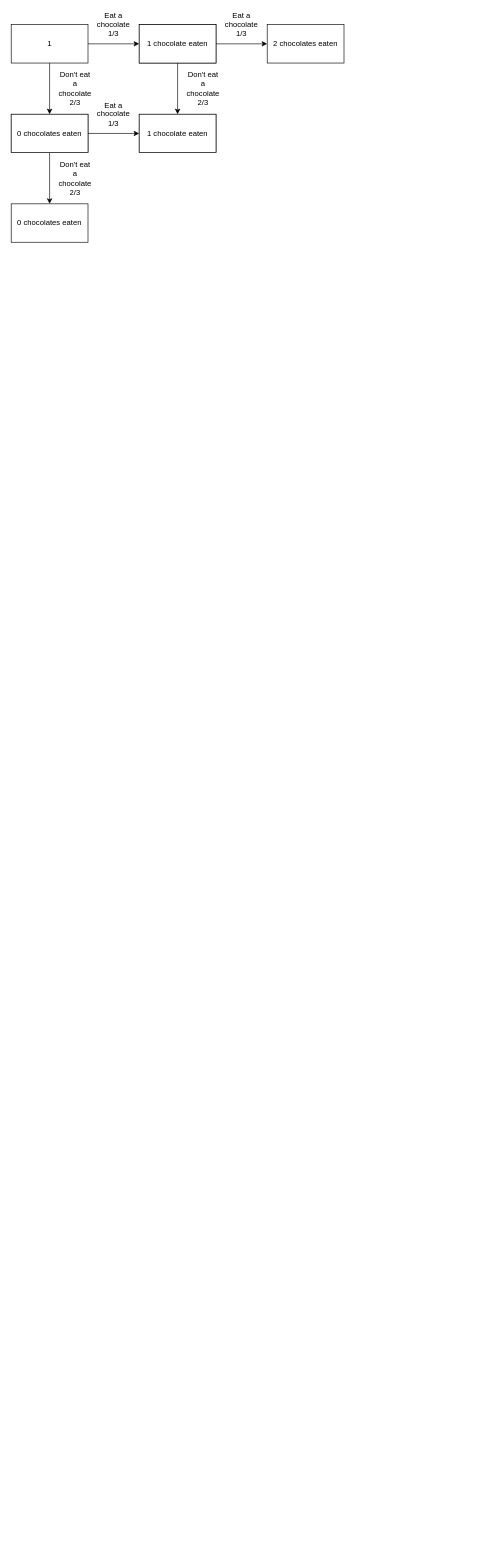
Before: trees/Tree diagrams.drawio in Minion3665/MathsyStuff, a draw.io diagram. Source tidied: cells renumbered, new cells numbered last; positions are measured from the earlier drawing's top-left corner, leaving out a move shared by most shapes. Both pictures are drawn from the tidied source at 64%, with x=0, y=0 at pixel (11, 18).
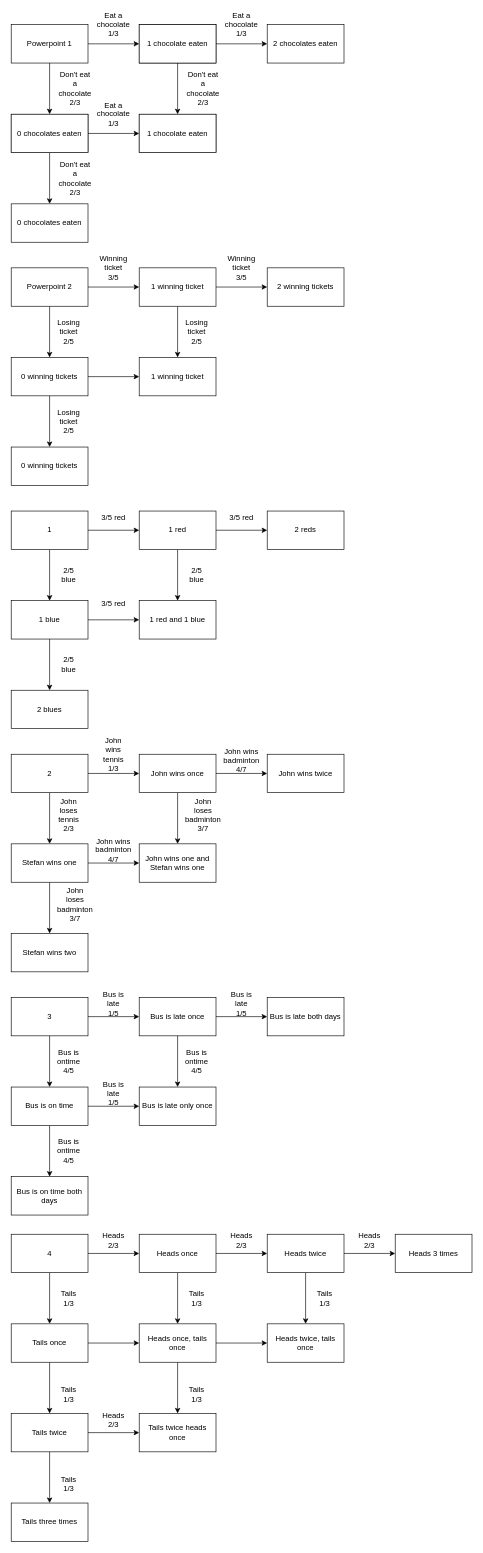
After the change.

What changed in the source:
```diff
@@
-    <mxCell id="4" value="1" style="rounded=0;whiteSpace=wrap;html=1;" parent="1" vertex="1">
+    <mxCell id="4" value="Powerpoint 1" style="rounded=0;whiteSpace=wrap;html=1;" parent="1" vertex="1">
       <mxGeometry y="10" width="120" height="60" as="geometry" />
     </mxCell>
@@
+    <mxCell id="23" style="edgeStyle=orthogonalEdgeStyle;rounded=0;jettySize=auto;html=1;" parent="1" edge="1" source="25" target="32">
+      <mxGeometry relative="1" as="geometry" />
+    </mxCell>
+    <mxCell id="24" style="edgeStyle=orthogonalEdgeStyle;rounded=0;jettySize=auto;html=1;" parent="1" edge="1" source="25" target="28">
+      <mxGeometry relative="1" as="geometry" />
+    </mxCell>
+    <mxCell id="25" value="Powerpoint 2" style="rounded=0;whiteSpace=wrap;html=1;" parent="1" vertex="1">
+      <mxGeometry y="390" width="120" height="60" as="geometry" />
+    </mxCell>
+    <mxCell id="26" style="edgeStyle=orthogonalEdgeStyle;rounded=0;jettySize=auto;html=1;" parent="1" edge="1" source="28" target="34">
+      <mxGeometry relative="1" as="geometry" />
+    </mxCell>
+    <mxCell id="27" style="edgeStyle=orthogonalEdgeStyle;rounded=0;jettySize=auto;html=1;" parent="1" edge="1" source="28" target="29">
+      <mxGeometry relative="1" as="geometry" />
+    </mxCell>
+    <mxCell id="28" value="0 winning tickets" style="rounded=0;whiteSpace=wrap;html=1;" parent="1" vertex="1">
+      <mxGeometry y="530" width="120" height="60" as="geometry" />
+    </mxCell>
+    <mxCell id="29" value="0 winning tickets" style="rounded=0;whiteSpace=wrap;html=1;" parent="1" vertex="1">
+      <mxGeometry y="670" width="120" height="60" as="geometry" />
+    </mxCell>
+    <mxCell id="30" style="edgeStyle=orthogonalEdgeStyle;rounded=0;jettySize=auto;html=1;" parent="1" edge="1" source="32" target="34">
+      <mxGeometry relative="1" as="geometry" />
+    </mxCell>
+    <mxCell id="31" style="edgeStyle=orthogonalEdgeStyle;rounded=0;jettySize=auto;html=1;" parent="1" edge="1" source="32" target="33">
+      <mxGeometry relative="1" as="geometry" />
+    </mxCell>
+    <mxCell id="32" value="1 winning ticket" style="rounded=0;whiteSpace=wrap;html=1;" parent="1" vertex="1">
+      <mxGeometry x="200" y="390" width="120" height="60" as="geometry" />
+    </mxCell>
+    <mxCell id="33" value="2 winning tickets" style="rounded=0;whiteSpace=wrap;html=1;" parent="1" vertex="1">
+      <mxGeometry x="400" y="390" width="120" height="60" as="geometry" />
+    </mxCell>
+    <mxCell id="34" value="1 winning ticket" style="rounded=0;whiteSpace=wrap;html=1;" parent="1" vertex="1">
+      <mxGeometry x="200" y="530" width="120" height="60" as="geometry" />
+    </mxCell>
+    <mxCell id="35" value="&lt;div&gt;Winning ticket&lt;/div&gt;&lt;div&gt;3/5&lt;br&gt;&lt;/div&gt;" style="text;html=1;strokeColor=none;fillColor=none;align=center;verticalAlign=middle;whiteSpace=wrap;rounded=0;" parent="1" vertex="1">
+      <mxGeometry x="140" y="380" width="40" height="20" as="geometry" />
+    </mxCell>
+    <mxCell id="36" value="&lt;div&gt;Losing ticket&lt;/div&gt;&lt;div&gt;2/5&lt;br&gt;&lt;/div&gt;" style="text;html=1;strokeColor=none;fillColor=none;align=center;verticalAlign=middle;whiteSpace=wrap;rounded=0;" parent="1" vertex="1">
+      <mxGeometry x="70" y="440" width="40" height="100" as="geometry" />
+    </mxCell>
+    <mxCell id="37" value="&lt;div&gt;Losing ticket&lt;/div&gt;&lt;div&gt;2/5&lt;br&gt;&lt;/div&gt;" style="text;html=1;strokeColor=none;fillColor=none;align=center;verticalAlign=middle;whiteSpace=wrap;rounded=0;" parent="1" vertex="1">
+      <mxGeometry x="270" y="440" width="40" height="100" as="geometry" />
+    </mxCell>
+    <mxCell id="38" value="&lt;div&gt;Winning ticket&lt;/div&gt;&lt;div&gt;3/5&lt;br&gt;&lt;/div&gt;" style="text;html=1;strokeColor=none;fillColor=none;align=center;verticalAlign=middle;whiteSpace=wrap;rounded=0;" parent="1" vertex="1">
+      <mxGeometry x="340" y="380" width="40" height="20" as="geometry" />
+    </mxCell>
+    <mxCell id="39" value="&lt;div&gt;Losing ticket&lt;/div&gt;&lt;div&gt;2/5&lt;br&gt;&lt;/div&gt;" style="text;html=1;strokeColor=none;fillColor=none;align=center;verticalAlign=middle;whiteSpace=wrap;rounded=0;" parent="1" vertex="1">
+      <mxGeometry x="70" y="580" width="40" height="100" as="geometry" />
+    </mxCell>
+    <mxCell id="40" style="edgeStyle=orthogonalEdgeStyle;rounded=0;jettySize=auto;html=1;" parent="1" edge="1" source="42" target="49">
+      <mxGeometry relative="1" as="geometry" />
+    </mxCell>
+    <mxCell id="41" style="edgeStyle=orthogonalEdgeStyle;rounded=0;jettySize=auto;html=1;" parent="1" edge="1" source="42" target="45">
+      <mxGeometry relative="1" as="geometry" />
+    </mxCell>
+    <mxCell id="42" value="1" style="rounded=0;whiteSpace=wrap;html=1;" parent="1" vertex="1">
+      <mxGeometry y="770" width="120" height="60" as="geometry" />
+    </mxCell>
+    <mxCell id="43" style="edgeStyle=orthogonalEdgeStyle;rounded=0;jettySize=auto;html=1;" parent="1" edge="1" source="45" target="50">
+      <mxGeometry relative="1" as="geometry" />
+    </mxCell>
+    <mxCell id="44" style="edgeStyle=orthogonalEdgeStyle;rounded=0;jettySize=auto;html=1;" parent="1" edge="1" source="45" target="46">
+      <mxGeometry relative="1" as="geometry" />
+    </mxCell>
+    <mxCell id="45" value="1 blue" style="rounded=0;whiteSpace=wrap;html=1;" parent="1" vertex="1">
+      <mxGeometry y="910" width="120" height="60" as="geometry" />
+    </mxCell>
+    <mxCell id="46" value="2 blues" style="rounded=0;whiteSpace=wrap;html=1;" parent="1" vertex="1">
+      <mxGeometry y="1050" width="120" height="60" as="geometry" />
+    </mxCell>
+    <mxCell id="47" style="edgeStyle=orthogonalEdgeStyle;rounded=0;jettySize=auto;html=1;" parent="1" edge="1" source="49" target="51">
+      <mxGeometry relative="1" as="geometry" />
+    </mxCell>
+    <mxCell id="48" style="edgeStyle=orthogonalEdgeStyle;rounded=0;jettySize=auto;html=1;" parent="1" edge="1" source="49" target="50">
+      <mxGeometry relative="1" as="geometry" />
+    </mxCell>
+    <mxCell id="49" value="1 red" style="rounded=0;whiteSpace=wrap;html=1;" parent="1" vertex="1">
+      <mxGeometry x="200" y="770" width="120" height="60" as="geometry" />
+    </mxCell>
+    <mxCell id="50" value="1 red and 1 blue" style="rounded=0;whiteSpace=wrap;html=1;" parent="1" vertex="1">
+      <mxGeometry x="200" y="910" width="120" height="60" as="geometry" />
+    </mxCell>
+    <mxCell id="51" value="2 reds" style="rounded=0;whiteSpace=wrap;html=1;" parent="1" vertex="1">
+      <mxGeometry x="400" y="770" width="120" height="60" as="geometry" />
+    </mxCell>
+    <mxCell id="52" value="3/5 red" style="text;html=1;strokeColor=none;fillColor=none;align=center;verticalAlign=middle;whiteSpace=wrap;rounded=0;" parent="1" vertex="1">
+      <mxGeometry x="140" y="770" width="40" height="20" as="geometry" />
+    </mxCell>
+    <mxCell id="53" value="2/5 blue" style="text;html=1;strokeColor=none;fillColor=none;align=center;verticalAlign=middle;whiteSpace=wrap;rounded=0;" parent="1" vertex="1">
+      <mxGeometry x="70" y="860" width="40" height="20" as="geometry" />
+    </mxCell>
+    <mxCell id="54" value="3/5 red" style="text;html=1;strokeColor=none;fillColor=none;align=center;verticalAlign=middle;whiteSpace=wrap;rounded=0;" parent="1" vertex="1">
+      <mxGeometry x="340" y="770" width="40" height="20" as="geometry" />
+    </mxCell>
+    <mxCell id="55" value="2/5 blue" style="text;html=1;strokeColor=none;fillColor=none;align=center;verticalAlign=middle;whiteSpace=wrap;rounded=0;" parent="1" vertex="1">
+      <mxGeometry x="270" y="860" width="40" height="20" as="geometry" />
+    </mxCell>
+    <mxCell id="56" value="3/5 red" style="text;html=1;strokeColor=none;fillColor=none;align=center;verticalAlign=middle;whiteSpace=wrap;rounded=0;" parent="1" vertex="1">
+      <mxGeometry x="140" y="890" width="40" height="50" as="geometry" />
+    </mxCell>
+    <mxCell id="57" value="2/5 blue" style="text;html=1;strokeColor=none;fillColor=none;align=center;verticalAlign=middle;whiteSpace=wrap;rounded=0;" parent="1" vertex="1">
+      <mxGeometry x="70" y="1000" width="40" height="20" as="geometry" />
+    </mxCell>
+    <mxCell id="58" style="edgeStyle=orthogonalEdgeStyle;rounded=0;jettySize=auto;html=1;" parent="1" edge="1" source="60" target="68">
+      <mxGeometry relative="1" as="geometry" />
+    </mxCell>
+    <mxCell id="59" style="edgeStyle=orthogonalEdgeStyle;rounded=0;jettySize=auto;html=1;" parent="1" edge="1" source="60" target="63">
+      <mxGeometry relative="1" as="geometry" />
+    </mxCell>
+    <mxCell id="60" value="2" style="rounded=0;whiteSpace=wrap;html=1;" parent="1" vertex="1">
+      <mxGeometry y="1150" width="120" height="60" as="geometry" />
+    </mxCell>
+    <mxCell id="61" style="edgeStyle=orthogonalEdgeStyle;rounded=0;jettySize=auto;html=1;" parent="1" edge="1" source="63" target="65">
+      <mxGeometry relative="1" as="geometry" />
+    </mxCell>
+    <mxCell id="62" style="edgeStyle=orthogonalEdgeStyle;rounded=0;jettySize=auto;html=1;" parent="1" edge="1" source="63" target="64">
+      <mxGeometry relative="1" as="geometry" />
+    </mxCell>
+    <mxCell id="63" value="Stefan wins one" style="rounded=0;whiteSpace=wrap;html=1;" parent="1" vertex="1">
+      <mxGeometry y="1290" width="120" height="60" as="geometry" />
+    </mxCell>
+    <mxCell id="64" value="Stefan wins two" style="rounded=0;whiteSpace=wrap;html=1;" parent="1" vertex="1">
+      <mxGeometry y="1430" width="120" height="60" as="geometry" />
+    </mxCell>
+    <mxCell id="65" value="John wins one and Stefan wins one" style="rounded=0;whiteSpace=wrap;html=1;" parent="1" vertex="1">
+      <mxGeometry x="200" y="1290" width="120" height="60" as="geometry" />
+    </mxCell>
+    <mxCell id="66" style="edgeStyle=orthogonalEdgeStyle;rounded=0;jettySize=auto;html=1;" parent="1" edge="1" source="68" target="69">
+      <mxGeometry relative="1" as="geometry" />
+    </mxCell>
+    <mxCell id="67" style="edgeStyle=orthogonalEdgeStyle;rounded=0;jettySize=auto;html=1;" parent="1" edge="1" source="68" target="65">
+      <mxGeometry relative="1" as="geometry" />
+    </mxCell>
+    <mxCell id="68" value="John wins once" style="rounded=0;whiteSpace=wrap;html=1;" parent="1" vertex="1">
+      <mxGeometry x="200" y="1150" width="120" height="60" as="geometry" />
+    </mxCell>
+    <mxCell id="69" value="John wins twice" style="rounded=0;whiteSpace=wrap;html=1;" parent="1" vertex="1">
+      <mxGeometry x="400" y="1150" width="120" height="60" as="geometry" />
+    </mxCell>
+    <mxCell id="70" value="&lt;div&gt;John wins tennis&lt;/div&gt;&lt;div&gt;1/3&lt;br&gt;&lt;/div&gt;" style="text;html=1;strokeColor=none;fillColor=none;align=center;verticalAlign=middle;whiteSpace=wrap;rounded=0;" parent="1" vertex="1">
+      <mxGeometry x="140" y="1140" width="40" height="20" as="geometry" />
+    </mxCell>
+    <mxCell id="71" value="&lt;div&gt;John wins badminton&lt;/div&gt;&lt;div&gt;4/7&lt;br&gt;&lt;/div&gt;" style="text;html=1;strokeColor=none;fillColor=none;align=center;verticalAlign=middle;whiteSpace=wrap;rounded=0;" parent="1" vertex="1">
+      <mxGeometry x="340" y="1150" width="40" height="20" as="geometry" />
+    </mxCell>
+    <mxCell id="72" value="&lt;div&gt;John loses tennis&lt;/div&gt;&lt;div&gt;2/3&lt;br&gt;&lt;/div&gt;" style="text;html=1;strokeColor=none;fillColor=none;align=center;verticalAlign=middle;whiteSpace=wrap;rounded=0;" parent="1" vertex="1">
+      <mxGeometry x="70" y="1210" width="40" height="70" as="geometry" />
+    </mxCell>
+    <mxCell id="73" value="&lt;div&gt;John wins badminton&lt;/div&gt;&lt;div&gt;4/7&lt;br&gt;&lt;/div&gt;" style="text;html=1;strokeColor=none;fillColor=none;align=center;verticalAlign=middle;whiteSpace=wrap;rounded=0;" parent="1" vertex="1">
+      <mxGeometry x="140" y="1290" width="40" height="20" as="geometry" />
+    </mxCell>
+    <mxCell id="74" value="&lt;div&gt;John loses badminton&lt;br&gt;&lt;/div&gt;&lt;div&gt;3/7&lt;br&gt;&lt;/div&gt;" style="text;html=1;strokeColor=none;fillColor=none;align=center;verticalAlign=middle;whiteSpace=wrap;rounded=0;" parent="1" vertex="1">
+      <mxGeometry x="280" y="1210" width="40" height="70" as="geometry" />
+    </mxCell>
+    <mxCell id="75" value="&lt;div&gt;John loses badminton&lt;br&gt;&lt;/div&gt;&lt;div&gt;3/7&lt;br&gt;&lt;/div&gt;" style="text;html=1;strokeColor=none;fillColor=none;align=center;verticalAlign=middle;whiteSpace=wrap;rounded=0;" parent="1" vertex="1">
+      <mxGeometry x="80" y="1350" width="40" height="70" as="geometry" />
+    </mxCell>
+    <mxCell id="76" style="edgeStyle=orthogonalEdgeStyle;rounded=0;jettySize=auto;html=1;" parent="1" edge="1" source="78" target="86">
+      <mxGeometry relative="1" as="geometry" />
+    </mxCell>
+    <mxCell id="77" style="edgeStyle=orthogonalEdgeStyle;rounded=0;jettySize=auto;html=1;" parent="1" edge="1" source="78" target="81">
+      <mxGeometry relative="1" as="geometry" />
+    </mxCell>
+    <mxCell id="78" value="3" style="rounded=0;whiteSpace=wrap;html=1;" parent="1" vertex="1">
+      <mxGeometry y="1530" width="120" height="60" as="geometry" />
+    </mxCell>
+    <mxCell id="79" style="edgeStyle=orthogonalEdgeStyle;rounded=0;jettySize=auto;html=1;" parent="1" edge="1" source="81" target="83">
+      <mxGeometry relative="1" as="geometry" />
+    </mxCell>
+    <mxCell id="80" style="edgeStyle=orthogonalEdgeStyle;rounded=0;jettySize=auto;html=1;" parent="1" edge="1" source="81" target="82">
+      <mxGeometry relative="1" as="geometry" />
+    </mxCell>
+    <mxCell id="81" value="Bus is on time" style="rounded=0;whiteSpace=wrap;html=1;" parent="1" vertex="1">
+      <mxGeometry y="1670" width="120" height="60" as="geometry" />
+    </mxCell>
+    <mxCell id="82" value="Bus is on time both days" style="rounded=0;whiteSpace=wrap;html=1;" parent="1" vertex="1">
+      <mxGeometry y="1810" width="120" height="60" as="geometry" />
+    </mxCell>
+    <mxCell id="83" value="Bus is late only once" style="rounded=0;whiteSpace=wrap;html=1;" parent="1" vertex="1">
+      <mxGeometry x="200" y="1670" width="120" height="60" as="geometry" />
+    </mxCell>
+    <mxCell id="84" style="edgeStyle=orthogonalEdgeStyle;rounded=0;jettySize=auto;html=1;" parent="1" edge="1" source="86" target="87">
+      <mxGeometry relative="1" as="geometry" />
+    </mxCell>
+    <mxCell id="85" style="edgeStyle=orthogonalEdgeStyle;rounded=0;jettySize=auto;html=1;" parent="1" edge="1" source="86" target="83">
+      <mxGeometry relative="1" as="geometry" />
+    </mxCell>
+    <mxCell id="86" value="Bus is late once" style="rounded=0;whiteSpace=wrap;html=1;" parent="1" vertex="1">
+      <mxGeometry x="200" y="1530" width="120" height="60" as="geometry" />
+    </mxCell>
+    <mxCell id="87" value="Bus is late both days" style="rounded=0;whiteSpace=wrap;html=1;" parent="1" vertex="1">
+      <mxGeometry x="400" y="1530" width="120" height="60" as="geometry" />
+    </mxCell>
+    <mxCell id="88" value="Bus is late 1/5" style="text;html=1;strokeColor=none;fillColor=none;align=center;verticalAlign=middle;whiteSpace=wrap;rounded=0;" parent="1" vertex="1">
+      <mxGeometry x="140" y="1530" width="40" height="20" as="geometry" />
+    </mxCell>
+    <mxCell id="89" value="Bus is late 1/5" style="text;html=1;strokeColor=none;fillColor=none;align=center;verticalAlign=middle;whiteSpace=wrap;rounded=0;" parent="1" vertex="1">
+      <mxGeometry x="140" y="1670" width="40" height="20" as="geometry" />
+    </mxCell>
+    <mxCell id="90" value="Bus is late 1/5" style="text;html=1;strokeColor=none;fillColor=none;align=center;verticalAlign=middle;whiteSpace=wrap;rounded=0;" parent="1" vertex="1">
+      <mxGeometry x="340" y="1530" width="40" height="20" as="geometry" />
+    </mxCell>
+    <mxCell id="91" value="Bus is ontime 4/5" style="text;html=1;strokeColor=none;fillColor=none;align=center;verticalAlign=middle;whiteSpace=wrap;rounded=0;" parent="1" vertex="1">
+      <mxGeometry x="70" y="1620" width="40" height="20" as="geometry" />
+    </mxCell>
+    <mxCell id="92" value="Bus is ontime 4/5" style="text;html=1;strokeColor=none;fillColor=none;align=center;verticalAlign=middle;whiteSpace=wrap;rounded=0;" parent="1" vertex="1">
+      <mxGeometry x="270" y="1620" width="40" height="20" as="geometry" />
+    </mxCell>
+    <mxCell id="93" value="Bus is ontime 4/5" style="text;html=1;strokeColor=none;fillColor=none;align=center;verticalAlign=middle;whiteSpace=wrap;rounded=0;" parent="1" vertex="1">
+      <mxGeometry x="70" y="1760" width="40" height="20" as="geometry" />
+    </mxCell>
+    <mxCell id="94" style="edgeStyle=orthogonalEdgeStyle;rounded=0;jettySize=auto;html=1;" parent="1" edge="1" source="96" target="110">
+      <mxGeometry relative="1" as="geometry" />
+    </mxCell>
+    <mxCell id="95" style="edgeStyle=orthogonalEdgeStyle;rounded=0;jettySize=auto;html=1;" parent="1" edge="1" source="96" target="99">
+      <mxGeometry relative="1" as="geometry" />
+    </mxCell>
+    <mxCell id="96" value="4" style="rounded=0;whiteSpace=wrap;html=1;" parent="1" vertex="1">
+      <mxGeometry y="1900" width="120" height="60" as="geometry" />
+    </mxCell>
+    <mxCell id="97" style="edgeStyle=orthogonalEdgeStyle;rounded=0;jettySize=auto;html=1;" parent="1" edge="1" source="99" target="107">
+      <mxGeometry relative="1" as="geometry" />
+    </mxCell>
+    <mxCell id="98" style="edgeStyle=orthogonalEdgeStyle;rounded=0;jettySize=auto;html=1;" parent="1" edge="1" source="99" target="102">
+      <mxGeometry relative="1" as="geometry" />
+    </mxCell>
+    <mxCell id="99" value="Tails once" style="rounded=0;whiteSpace=wrap;html=1;" parent="1" vertex="1">
+      <mxGeometry y="2040" width="120" height="60" as="geometry" />
+    </mxCell>
+    <mxCell id="100" style="edgeStyle=orthogonalEdgeStyle;rounded=0;jettySize=auto;html=1;" parent="1" edge="1" source="102" target="104">
+      <mxGeometry relative="1" as="geometry" />
+    </mxCell>
+    <mxCell id="101" style="edgeStyle=orthogonalEdgeStyle;rounded=0;jettySize=auto;html=1;" parent="1" edge="1" source="102" target="103">
+      <mxGeometry relative="1" as="geometry" />
+    </mxCell>
+    <mxCell id="102" value="Tails twice" style="rounded=0;whiteSpace=wrap;html=1;" parent="1" vertex="1">
+      <mxGeometry y="2180" width="120" height="60" as="geometry" />
+    </mxCell>
+    <mxCell id="103" value="Tails three times" style="rounded=0;whiteSpace=wrap;html=1;" parent="1" vertex="1">
+      <mxGeometry y="2320" width="120" height="60" as="geometry" />
+    </mxCell>
+    <mxCell id="104" value="Tails twice heads once" style="rounded=0;whiteSpace=wrap;html=1;" parent="1" vertex="1">
+      <mxGeometry x="200" y="2180" width="120" height="60" as="geometry" />
+    </mxCell>
+    <mxCell id="105" style="edgeStyle=orthogonalEdgeStyle;rounded=0;jettySize=auto;html=1;" parent="1" edge="1" source="107" target="114">
+      <mxGeometry relative="1" as="geometry" />
+    </mxCell>
+    <mxCell id="106" style="edgeStyle=orthogonalEdgeStyle;rounded=0;jettySize=auto;html=1;" parent="1" edge="1" source="107" target="104">
+      <mxGeometry relative="1" as="geometry" />
+    </mxCell>
+    <mxCell id="107" value="Heads once, tails once" style="rounded=0;whiteSpace=wrap;html=1;" parent="1" vertex="1">
+      <mxGeometry x="200" y="2040" width="120" height="60" as="geometry" />
+    </mxCell>
+    <mxCell id="108" style="edgeStyle=orthogonalEdgeStyle;rounded=0;jettySize=auto;html=1;" parent="1" edge="1" source="110" target="113">
+      <mxGeometry relative="1" as="geometry" />
+    </mxCell>
+    <mxCell id="109" style="edgeStyle=orthogonalEdgeStyle;rounded=0;jettySize=auto;html=1;" parent="1" edge="1" source="110" target="107">
+      <mxGeometry relative="1" as="geometry" />
+    </mxCell>
+    <mxCell id="110" value="Heads once" style="rounded=0;whiteSpace=wrap;html=1;" parent="1" vertex="1">
+      <mxGeometry x="200" y="1900" width="120" height="60" as="geometry" />
+    </mxCell>
+    <mxCell id="111" style="edgeStyle=orthogonalEdgeStyle;rounded=0;jettySize=auto;html=1;" parent="1" edge="1" source="113" target="115">
+      <mxGeometry relative="1" as="geometry" />
+    </mxCell>
+    <mxCell id="112" style="edgeStyle=orthogonalEdgeStyle;rounded=0;jettySize=auto;html=1;" parent="1" edge="1" source="113" target="114">
+      <mxGeometry relative="1" as="geometry" />
+    </mxCell>
+    <mxCell id="113" value="Heads twice" style="rounded=0;whiteSpace=wrap;html=1;" parent="1" vertex="1">
+      <mxGeometry x="400" y="1900" width="120" height="60" as="geometry" />
+    </mxCell>
+    <mxCell id="114" value="Heads twice, tails once" style="rounded=0;whiteSpace=wrap;html=1;" parent="1" vertex="1">
+      <mxGeometry x="400" y="2040" width="120" height="60" as="geometry" />
+    </mxCell>
+    <mxCell id="115" value="Heads 3 times" style="rounded=0;whiteSpace=wrap;html=1;" parent="1" vertex="1">
+      <mxGeometry x="600" y="1900" width="120" height="60" as="geometry" />
+    </mxCell>
+    <mxCell id="116" value="&lt;div&gt;Heads&lt;/div&gt;&lt;div&gt;2/3&lt;br&gt;&lt;/div&gt;" style="text;html=1;strokeColor=none;fillColor=none;align=center;verticalAlign=middle;whiteSpace=wrap;rounded=0;" parent="1" vertex="1">
+      <mxGeometry x="140" y="1900" width="40" height="20" as="geometry" />
+    </mxCell>
+    <mxCell id="117" value="&lt;div&gt;Heads&lt;/div&gt;&lt;div&gt;2/3&lt;br&gt;&lt;/div&gt;" style="text;html=1;strokeColor=none;fillColor=none;align=center;verticalAlign=middle;whiteSpace=wrap;rounded=0;" parent="1" vertex="1">
+      <mxGeometry x="340" y="1900" width="40" height="20" as="geometry" />
+    </mxCell>
+    <mxCell id="118" value="&lt;div&gt;Heads&lt;/div&gt;&lt;div&gt;2/3&lt;br&gt;&lt;/div&gt;" style="text;html=1;strokeColor=none;fillColor=none;align=center;verticalAlign=middle;whiteSpace=wrap;rounded=0;" parent="1" vertex="1">
+      <mxGeometry x="540" y="1900" width="40" height="20" as="geometry" />
+    </mxCell>
+    <mxCell id="119" value="&lt;div&gt;Tails&lt;/div&gt;&lt;div&gt;1/3&lt;br&gt;&lt;/div&gt;" style="text;html=1;strokeColor=none;fillColor=none;align=center;verticalAlign=middle;whiteSpace=wrap;rounded=0;" parent="1" vertex="1">
+      <mxGeometry x="70" y="1990" width="40" height="20" as="geometry" />
+    </mxCell>
+    <mxCell id="120" value="&lt;div&gt;Tails&lt;/div&gt;&lt;div&gt;1/3&lt;br&gt;&lt;/div&gt;" style="text;html=1;strokeColor=none;fillColor=none;align=center;verticalAlign=middle;whiteSpace=wrap;rounded=0;" parent="1" vertex="1">
+      <mxGeometry x="270" y="1990" width="40" height="20" as="geometry" />
+    </mxCell>
+    <mxCell id="121" value="&lt;div&gt;Tails&lt;/div&gt;&lt;div&gt;1/3&lt;br&gt;&lt;/div&gt;" style="text;html=1;strokeColor=none;fillColor=none;align=center;verticalAlign=middle;whiteSpace=wrap;rounded=0;" parent="1" vertex="1">
+      <mxGeometry x="470" y="1990" width="40" height="20" as="geometry" />
+    </mxCell>
+    <mxCell id="122" value="&lt;div&gt;Tails&lt;/div&gt;&lt;div&gt;1/3&lt;br&gt;&lt;/div&gt;" style="text;html=1;strokeColor=none;fillColor=none;align=center;verticalAlign=middle;whiteSpace=wrap;rounded=0;" parent="1" vertex="1">
+      <mxGeometry x="70" y="2140" width="40" height="20" as="geometry" />
+    </mxCell>
+    <mxCell id="123" value="&lt;div&gt;Tails&lt;/div&gt;&lt;div&gt;1/3&lt;br&gt;&lt;/div&gt;" style="text;html=1;strokeColor=none;fillColor=none;align=center;verticalAlign=middle;whiteSpace=wrap;rounded=0;" parent="1" vertex="1">
+      <mxGeometry x="270" y="2140" width="40" height="20" as="geometry" />
+    </mxCell>
+    <mxCell id="124" value="&lt;div&gt;Heads&lt;/div&gt;&lt;div&gt;2/3&lt;br&gt;&lt;/div&gt;" style="text;html=1;strokeColor=none;fillColor=none;align=center;verticalAlign=middle;whiteSpace=wrap;rounded=0;" parent="1" vertex="1">
+      <mxGeometry x="140" y="2180" width="40" height="20" as="geometry" />
+    </mxCell>
+    <mxCell id="125" value="&lt;div&gt;Tails&lt;/div&gt;&lt;div&gt;1/3&lt;br&gt;&lt;/div&gt;" style="text;html=1;strokeColor=none;fillColor=none;align=center;verticalAlign=middle;whiteSpace=wrap;rounded=0;" parent="1" vertex="1">
+      <mxGeometry x="70" y="2280" width="40" height="20" as="geometry" />
+    </mxCell>
```
